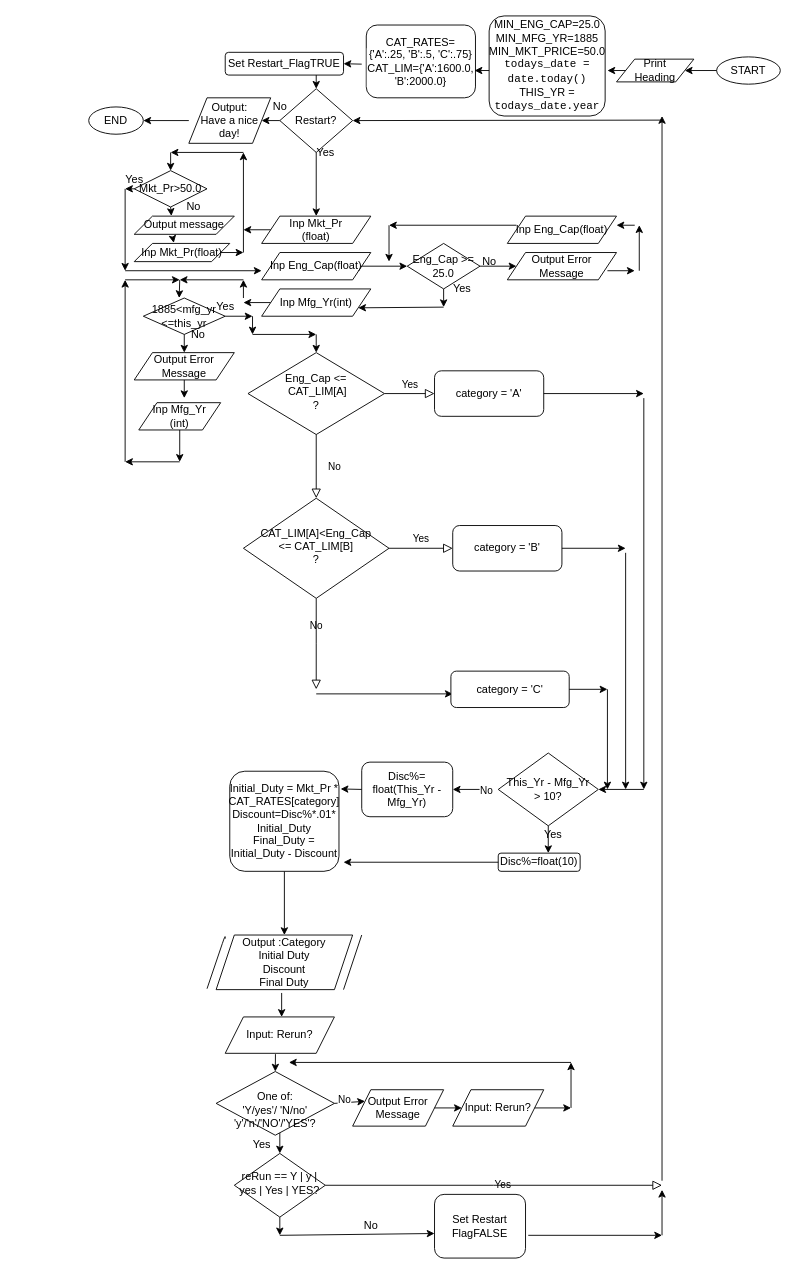
john-itcsolutions/Elastos keeps this draw.io diagram as Untitled Diagram.drawio. Above is the earlier version. Source tidied: cells renumbered, new cells numbered last; positions are measured from the earlier drawing's top-left corner, leaving out a move shared by most shapes. Both pictures are drawn from the tidied source at 91%, with x=0, y=0 at pixel (88, 15).
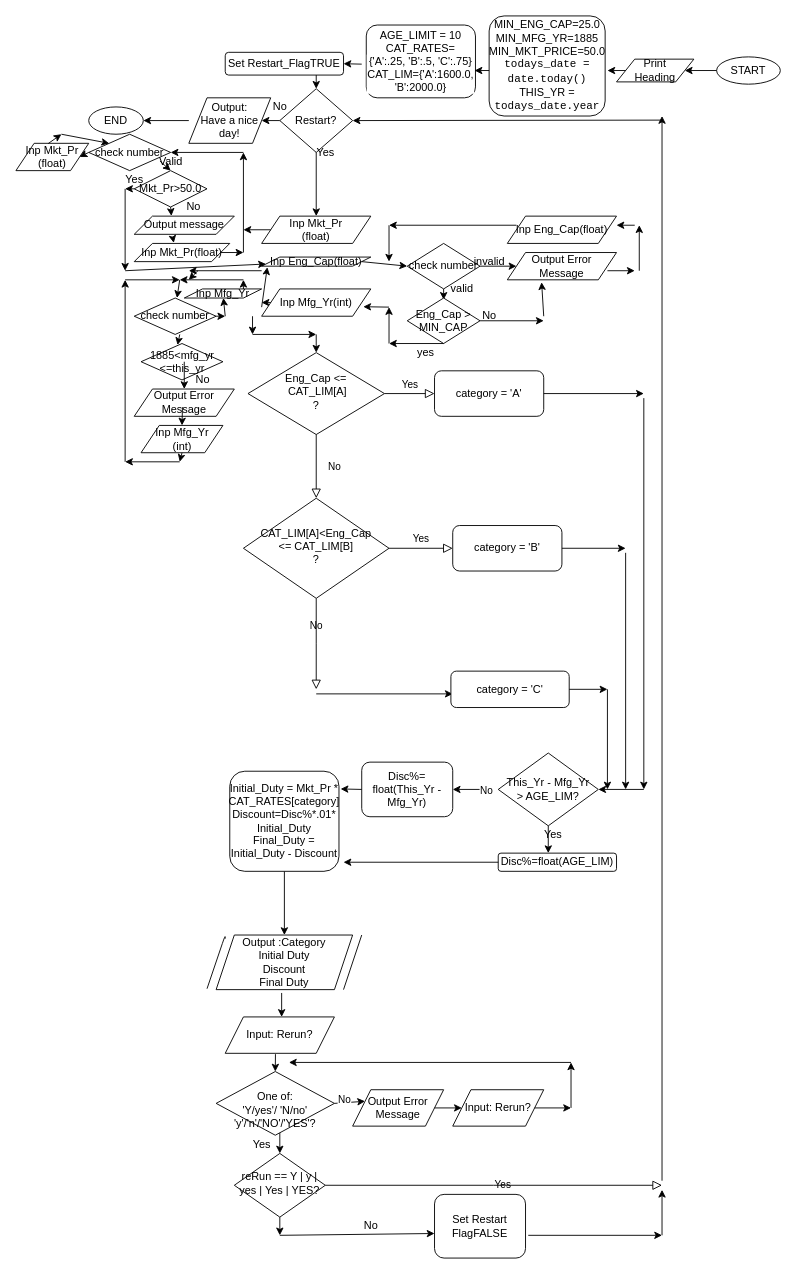
The same page after the edit.

Unchanged cells that the change refers to:
```xml
<mxCell id="16" value="Inp Mfg_Yr(int)" style="shape=parallelogram;perimeter=parallelogramPerimeter;whiteSpace=wrap;html=1;fixedSize=1;" parent="1" vertex="1">
  <mxGeometry x="190" y="300" width="120" height="30" as="geometry" />
</mxCell>
<mxCell id="73" value="Mkt_Pr&amp;gt;50.0" style="rhombus;whiteSpace=wrap;html=1;" parent="1" vertex="1">
  <mxGeometry x="50" y="170" width="80" height="40" as="geometry" />
</mxCell>
<mxCell id="114" value="&lt;div&gt;Output Error&lt;/div&gt;&lt;div&gt; Message&lt;/div&gt;" style="shape=parallelogram;perimeter=parallelogramPerimeter;whiteSpace=wrap;html=1;fixedSize=1;" parent="1" vertex="1">
  <mxGeometry x="460" y="260" width="120" height="30" as="geometry" />
</mxCell>
```

Diff of the diagram source:
```diff
@@
     <mxCell id="10" value="&lt;div&gt;Inp Eng_Cap(float)&lt;/div&gt;" style="shape=parallelogram;perimeter=parallelogramPerimeter;whiteSpace=wrap;html=1;fixedSize=1;" parent="1" vertex="1">
-      <mxGeometry x="190" y="260" width="120" height="30" as="geometry" />
+      <mxGeometry x="190" y="265" width="120" height="10" as="geometry" />
     </mxCell>
@@
     <mxCell id="15" style="edgeStyle=orthogonalEdgeStyle;rounded=0;jettySize=auto;html=1;" parent="1" edge="1" source="16">
       <mxGeometry relative="1" as="geometry">
-        <mxPoint x="170" y="315" as="targetPoint" />
+        <mxPoint x="190" y="315" as="targetPoint" />
+        <Array as="points">
+          <mxPoint x="190" y="315" />
+          <mxPoint x="190" y="315" />
+        </Array>
       </mxGeometry>
     </mxCell>
@@
-    <mxCell id="38" value="&lt;div&gt;This_Yr - Mfg_Yr&lt;/div&gt;&lt;div&gt;&amp;gt; 10?&lt;br&gt;&lt;/div&gt;" style="rhombus;whiteSpace=wrap;html=1;" parent="1" vertex="1">
+    <mxCell id="38" value="&lt;div&gt;This_Yr - Mfg_Yr&lt;/div&gt;&lt;div&gt;&amp;gt; AGE_LIM?&lt;br&gt;&lt;/div&gt;" style="rhombus;whiteSpace=wrap;html=1;" parent="1" vertex="1">
       <mxGeometry x="450" y="810" width="110" height="80" as="geometry" />
     </mxCell>
@@
-    <mxCell id="41" value="Disc%=float(10)" style="rounded=1;whiteSpace=wrap;html=1;" parent="1" vertex="1">
-      <mxGeometry x="450" y="920" width="90" height="20" as="geometry" />
+    <mxCell id="41" value="Disc%=float(AGE_LIM)" style="rounded=1;whiteSpace=wrap;html=1;" parent="1" vertex="1">
+      <mxGeometry x="450" y="920" width="130" height="20" as="geometry" />
     </mxCell>
@@
-    <mxCell id="76" style="endArrow=classic;html=1;" parent="1" edge="1">
-      <mxGeometry relative="1" as="geometry">
-        <mxPoint x="90" y="150" as="sourcePoint" />
-        <mxPoint x="90" y="170" as="targetPoint" />
-      </mxGeometry>
-    </mxCell>
@@
-    <mxCell id="84" style="endArrow=classic;html=1;" parent="1" edge="1">
+    <mxCell id="84" style="endArrow=classic;html=1;" parent="1" edge="1" target="10">
       <mxGeometry relative="1" as="geometry">
         <mxPoint x="40" y="280" as="sourcePoint" />
-        <mxPoint x="190" y="280" as="targetPoint" />
       </mxGeometry>
     </mxCell>
-    <mxCell id="85" value="Eng_Cap &amp;gt;= 25.0" style="rhombus;whiteSpace=wrap;html=1;" parent="1" vertex="1">
+    <mxCell id="85" value="check number" style="rhombus;whiteSpace=wrap;html=1;" parent="1" vertex="1">
       <mxGeometry x="350" y="250" width="80" height="50" as="geometry" />
     </mxCell>
@@
-    <mxCell id="87" style="endArrow=classic;html=1;exitX=0.5;exitY=1;exitDx=0;exitDy=0;" parent="1" edge="1" source="85">
-      <mxGeometry relative="1" as="geometry">
-        <mxPoint x="390" y="320" as="targetPoint" />
-      </mxGeometry>
+    <mxCell id="87" style="endArrow=classic;html=1;exitX=0.5;exitY=1;exitDx=0;exitDy=0;entryX=0.001;entryY=1.098;entryDx=0;entryDy=0;entryPerimeter=0;" parent="1" edge="1" source="85" target="89">
+      <mxGeometry relative="1" as="geometry" />
     </mxCell>
-    <mxCell id="88" style="endArrow=classic;html=1;entryX=1;entryY=0.75;entryDx=0;entryDy=0;" parent="1" edge="1" target="16">
-      <mxGeometry relative="1" as="geometry">
-        <mxPoint x="390" y="320" as="sourcePoint" />
-      </mxGeometry>
-    </mxCell>
-    <mxCell id="89" value="Yes" style="text;html=1;align=center;verticalAlign=middle;points=[];" parent="1" vertex="1">
+    <mxCell id="89" value="valid" style="text;html=1;align=center;verticalAlign=middle;points=[];" parent="1" vertex="1">
       <mxGeometry x="390" y="290" width="40" height="20" as="geometry" />
     </mxCell>
@@
     <mxCell id="96" value="&lt;div&gt;1885&amp;lt;mfg_yr&lt;/div&gt;&lt;div&gt;&amp;lt;=this_yr&lt;br&gt;&lt;/div&gt;" style="rhombus;whiteSpace=wrap;html=1;" parent="1" vertex="1">
-      <mxGeometry x="60" y="310" width="90" height="40" as="geometry" />
+      <mxGeometry x="57.5" y="360" width="90" height="40" as="geometry" />
     </mxCell>
@@
-    <mxCell id="98" style="endArrow=classic;html=1;entryX=0.438;entryY=0;entryDx=0;entryDy=0;entryPerimeter=0;" parent="1" edge="1" target="96">
+    <mxCell id="98" style="endArrow=classic;html=1;" parent="1" edge="1">
       <mxGeometry relative="1" as="geometry">
         <mxPoint x="100" y="290" as="sourcePoint" />
+        <mxPoint x="97" y="310" as="targetPoint" />
       </mxGeometry>
     </mxCell>
@@
     <mxCell id="100" value="&lt;div&gt;Output Error&lt;/div&gt;&lt;div&gt;Message&lt;br&gt;&lt;/div&gt;" style="shape=parallelogram;perimeter=parallelogramPerimeter;whiteSpace=wrap;html=1;fixedSize=1;" parent="1" vertex="1">
-      <mxGeometry x="50" y="370" width="110" height="30" as="geometry" />
+      <mxGeometry x="50" y="410" width="110" height="30" as="geometry" />
     </mxCell>
-    <mxCell id="101" style="endArrow=classic;html=1;exitX=0.5;exitY=1;exitDx=0;exitDy=0;entryX=0.5;entryY=0;entryDx=0;entryDy=0;" parent="1" edge="1" source="96" target="100">
-      <mxGeometry relative="1" as="geometry" />
+    <mxCell id="101" style="endArrow=classic;html=1;entryX=0.5;entryY=0;entryDx=0;entryDy=0;" parent="1" edge="1" target="100">
+      <mxGeometry relative="1" as="geometry">
+        <mxPoint x="105" y="380" as="sourcePoint" />
+      </mxGeometry>
     </mxCell>
     <mxCell id="102" value="No" style="text;html=1;align=center;verticalAlign=middle;" parent="1" vertex="1">
-      <mxGeometry x="105" y="340" width="30" height="20" as="geometry" />
+      <mxGeometry x="110" y="390" width="30" height="20" as="geometry" />
     </mxCell>
-    <mxCell id="103" style="endArrow=classic;html=1;exitX=0.5;exitY=1;exitDx=0;exitDy=0;" parent="1" edge="1" source="100">
+    <mxCell id="103" style="endArrow=classic;html=1;entryX=0.5;entryY=0;entryDx=0;entryDy=0;" parent="1" edge="1" target="116">
       <mxGeometry relative="1" as="geometry">
-        <mxPoint x="105" y="420" as="targetPoint" />
+        <mxPoint x="103" y="430" as="sourcePoint" />
       </mxGeometry>
     </mxCell>
@@
-    <mxCell id="107" style="endArrow=classic;html=1;" parent="1" edge="1">
+    <mxCell id="107" style="endArrow=classic;html=1;exitX=1;exitY=0.5;exitDx=0;exitDy=0;" parent="1" edge="1" source="128">
       <mxGeometry relative="1" as="geometry">
-        <mxPoint x="150" y="330" as="sourcePoint" />
-        <mxPoint x="180" y="330" as="targetPoint" />
+        <mxPoint x="150" y="330" as="targetPoint" />
       </mxGeometry>
     </mxCell>
-    <mxCell id="108" value="Yes" style="text;html=1;align=center;verticalAlign=middle;" parent="1" vertex="1">
-      <mxGeometry x="130" y="310" width="40" height="20" as="geometry" />
-    </mxCell>
-    <mxCell id="109" value="No" style="text;html=1;align=center;verticalAlign=middle;" parent="1" vertex="1">
-      <mxGeometry x="425" y="260" width="30" height="20" as="geometry" />
+    <mxCell id="109" value="invalid" style="text;html=1;align=center;verticalAlign=middle;" parent="1" vertex="1">
+      <mxGeometry x="415" y="260" width="50" height="20" as="geometry" />
     </mxCell>
@@
     <mxCell id="116" value="&lt;div&gt;Inp Mfg_Yr&lt;/div&gt;&lt;div&gt;(int)&lt;br&gt;&lt;/div&gt;" style="shape=parallelogram;perimeter=parallelogramPerimeter;whiteSpace=wrap;html=1;fixedSize=1;" parent="1" vertex="1">
-      <mxGeometry x="55" y="425" width="90" height="30" as="geometry" />
+      <mxGeometry x="57.5" y="450" width="90" height="30" as="geometry" />
     </mxCell>
@@
-    <mxCell id="121" value="&lt;span style=&quot;font-size: 9.000000pt ; font-family: &amp;#34;arialmt&amp;#34;&quot;&gt;CAT_RATES=&lt;/span&gt;&lt;br&gt;&lt;div class=&quot;page&quot; title=&quot;Page 1&quot;&gt;&lt;div class=&quot;section&quot; style=&quot;background-color: rgb(100.000000% , 100.000000% , 100.000000%)&quot;&gt;&lt;div class=&quot;layoutArea&quot;&gt;&lt;div class=&quot;column&quot;&gt;&lt;span style=&quot;font-size: 9.000000pt ; font-family: &amp;#34;arialmt&amp;#34;&quot;&gt;&lt;/span&gt;&lt;span style=&quot;font-size: 9.000000pt ; font-family: &amp;#34;arialmt&amp;#34;&quot;&gt;{'A':.25, 'B':.5, 'C':.75}&lt;/span&gt;&lt;/div&gt;&lt;div class=&quot;column&quot;&gt;&lt;span style=&quot;font-size: 9.000000pt ; font-family: &amp;#34;arialmt&amp;#34;&quot;&gt;&lt;/span&gt;CAT_LIM={'A':1600.0, 'B':2000.0}&lt;br&gt;&lt;/div&gt;&lt;/div&gt;&lt;/div&gt;&lt;/div&gt;" style="rounded=1;whiteSpace=wrap;html=1;" parent="1" vertex="1">
+    <mxCell id="121" value="&lt;div&gt;&lt;span style=&quot;font-size: 9.000000pt ; font-family: &amp;#34;arialmt&amp;#34;&quot;&gt;AGE_LIMIT = 10&lt;br&gt;&lt;/span&gt;&lt;/div&gt;&lt;div&gt;&lt;span style=&quot;font-size: 9.000000pt ; font-family: &amp;#34;arialmt&amp;#34;&quot;&gt;CAT_RATES=&lt;/span&gt;&lt;/div&gt;&lt;div class=&quot;page&quot; title=&quot;Page 1&quot;&gt;&lt;div class=&quot;section&quot; style=&quot;background-color: rgb(100.000000% , 100.000000% , 100.000000%)&quot;&gt;&lt;div class=&quot;layoutArea&quot;&gt;&lt;div class=&quot;column&quot;&gt;&lt;span style=&quot;font-size: 9.000000pt ; font-family: &amp;#34;arialmt&amp;#34;&quot;&gt;&lt;/span&gt;&lt;span style=&quot;font-size: 9.000000pt ; font-family: &amp;#34;arialmt&amp;#34;&quot;&gt;{'A':.25, 'B':.5, 'C':.75}&lt;/span&gt;&lt;/div&gt;&lt;div class=&quot;column&quot;&gt;&lt;span style=&quot;font-size: 9.000000pt ; font-family: &amp;#34;arialmt&amp;#34;&quot;&gt;&lt;/span&gt;CAT_LIM={'A':1600.0, 'B':2000.0}&lt;br&gt;&lt;/div&gt;&lt;/div&gt;&lt;/div&gt;&lt;/div&gt;" style="rounded=1;whiteSpace=wrap;html=1;" parent="1" vertex="1">
       <mxGeometry x="305" y="10" width="120" height="80" as="geometry" />
     </mxCell>
@@
+    <mxCell id="128" value="check number" style="rhombus;whiteSpace=wrap;html=1;" parent="1" vertex="1">
+      <mxGeometry x="50" y="310" width="90" height="40" as="geometry" />
+    </mxCell>
+    <mxCell id="129" style="endArrow=classic;html=1;exitX=0.556;exitY=1;exitDx=0;exitDy=0;exitPerimeter=0;entryX=0.446;entryY=0.041;entryDx=0;entryDy=0;entryPerimeter=0;" parent="1" edge="1" source="128" target="96">
+      <mxGeometry relative="1" as="geometry" />
+    </mxCell>
+    <mxCell id="130" value="check number" style="rhombus;whiteSpace=wrap;html=1;" parent="1" vertex="1">
+      <mxGeometry y="130" width="90" height="40" as="geometry" />
+    </mxCell>
+    <mxCell id="131" style="endArrow=classic;html=1;exitX=0.87;exitY=0.739;exitDx=0;exitDy=0;exitPerimeter=0;entryX=0.5;entryY=0;entryDx=0;entryDy=0;" parent="1" edge="1" source="130" target="73">
+      <mxGeometry relative="1" as="geometry" />
+    </mxCell>
+    <mxCell id="132" value="Valid" style="text;html=1;align=center;verticalAlign=middle;" parent="1" vertex="1">
+      <mxGeometry x="70" y="150" width="40" height="20" as="geometry" />
+    </mxCell>
+    <mxCell id="133" value="&lt;div&gt;Inp Mkt_Pr&lt;/div&gt;&lt;div&gt;(float)&lt;br&gt;&lt;/div&gt;" style="shape=parallelogram;perimeter=parallelogramPerimeter;whiteSpace=wrap;html=1;fixedSize=1;" parent="1" vertex="1">
+      <mxGeometry x="-80" y="140" width="80" height="30" as="geometry" />
+    </mxCell>
+    <mxCell id="134" style="endArrow=classic;html=1;exitX=0;exitY=0.5;exitDx=0;exitDy=0;entryX=1;entryY=0.5;entryDx=0;entryDy=0;" parent="1" edge="1" source="130" target="133">
+      <mxGeometry relative="1" as="geometry" />
+    </mxCell>
+    <mxCell id="135" style="endArrow=classic;html=1;exitX=0.444;exitY=0.008;exitDx=0;exitDy=0;exitPerimeter=0;" parent="1" edge="1" source="133">
+      <mxGeometry relative="1" as="geometry">
+        <mxPoint x="-30" y="130" as="targetPoint" />
+      </mxGeometry>
+    </mxCell>
+    <mxCell id="136" style="endArrow=classic;html=1;entryX=0;entryY=0;entryDx=0;entryDy=0;" parent="1" edge="1" target="130">
+      <mxGeometry relative="1" as="geometry">
+        <mxPoint x="-30" y="130" as="sourcePoint" />
+      </mxGeometry>
+    </mxCell>
+    <mxCell id="137" value="Inp Mfg_Yr" style="shape=parallelogram;perimeter=parallelogramPerimeter;whiteSpace=wrap;html=1;fixedSize=1;" parent="1" vertex="1">
+      <mxGeometry x="105" y="300" width="85" height="10" as="geometry" />
+    </mxCell>
+    <mxCell id="138" style="endArrow=classic;html=1;" parent="1" edge="1" target="137">
+      <mxGeometry relative="1" as="geometry">
+        <mxPoint x="150" y="330" as="sourcePoint" />
+      </mxGeometry>
+    </mxCell>
+    <mxCell id="139" style="endArrow=classic;html=1;entryX=0.052;entryY=1.111;entryDx=0;entryDy=0;entryPerimeter=0;" parent="1" edge="1" target="10">
+      <mxGeometry relative="1" as="geometry">
+        <mxPoint x="190" y="320" as="sourcePoint" />
+      </mxGeometry>
+    </mxCell>
+    <mxCell id="140" style="endArrow=classic;html=1;" parent="1" edge="1">
+      <mxGeometry relative="1" as="geometry">
+        <mxPoint x="190" y="280" as="sourcePoint" />
+        <mxPoint x="110" y="280" as="targetPoint" />
+      </mxGeometry>
+    </mxCell>
+    <mxCell id="141" style="endArrow=classic;html=1;" parent="1" edge="1">
+      <mxGeometry relative="1" as="geometry">
+        <mxPoint x="120" y="280" as="sourcePoint" />
+        <mxPoint x="110" y="290" as="targetPoint" />
+      </mxGeometry>
+    </mxCell>
+    <mxCell id="142" value="&lt;div&gt;Eng_Cap &amp;gt; &lt;br&gt;&lt;/div&gt;&lt;div&gt;MIN_CAP&lt;br&gt;&lt;/div&gt;" style="rhombus;whiteSpace=wrap;html=1;" parent="1" vertex="1">
+      <mxGeometry x="350" y="310" width="80" height="50" as="geometry" />
+    </mxCell>
+    <mxCell id="143" style="endArrow=classic;html=1;exitX=0.5;exitY=1;exitDx=0;exitDy=0;" parent="1" edge="1" source="142">
+      <mxGeometry relative="1" as="geometry">
+        <mxPoint x="330" y="360" as="targetPoint" />
+      </mxGeometry>
+    </mxCell>
+    <mxCell id="144" value="yes" style="text;html=1;align=center;verticalAlign=middle;" parent="1" vertex="1">
+      <mxGeometry x="355" y="360" width="30" height="20" as="geometry" />
+    </mxCell>
+    <mxCell id="145" style="endArrow=classic;html=1;exitX=1;exitY=0.5;exitDx=0;exitDy=0;" parent="1" edge="1" source="142">
+      <mxGeometry relative="1" as="geometry">
+        <mxPoint x="500" y="335" as="targetPoint" />
+      </mxGeometry>
+    </mxCell>
+    <mxCell id="146" style="endArrow=classic;html=1;entryX=0.314;entryY=1.089;entryDx=0;entryDy=0;entryPerimeter=0;" parent="1" edge="1" target="114">
+      <mxGeometry relative="1" as="geometry">
+        <mxPoint x="500" y="330" as="sourcePoint" />
+      </mxGeometry>
+    </mxCell>
+    <mxCell id="147" value="No" style="text;html=1;align=center;verticalAlign=middle;" parent="1" vertex="1">
+      <mxGeometry x="425" y="320" width="30" height="20" as="geometry" />
+    </mxCell>
+    <mxCell id="148" style="endArrow=classic;html=1;" parent="1" edge="1">
+      <mxGeometry relative="1" as="geometry">
+        <mxPoint x="330" y="360" as="sourcePoint" />
+        <mxPoint x="330" y="320" as="targetPoint" />
+      </mxGeometry>
+    </mxCell>
+    <mxCell id="149" style="endArrow=classic;html=1;entryX=0.931;entryY=0.652;entryDx=0;entryDy=0;entryPerimeter=0;" parent="1" edge="1" target="16">
+      <mxGeometry relative="1" as="geometry">
+        <mxPoint x="330" y="320" as="sourcePoint" />
+      </mxGeometry>
+    </mxCell>
```
